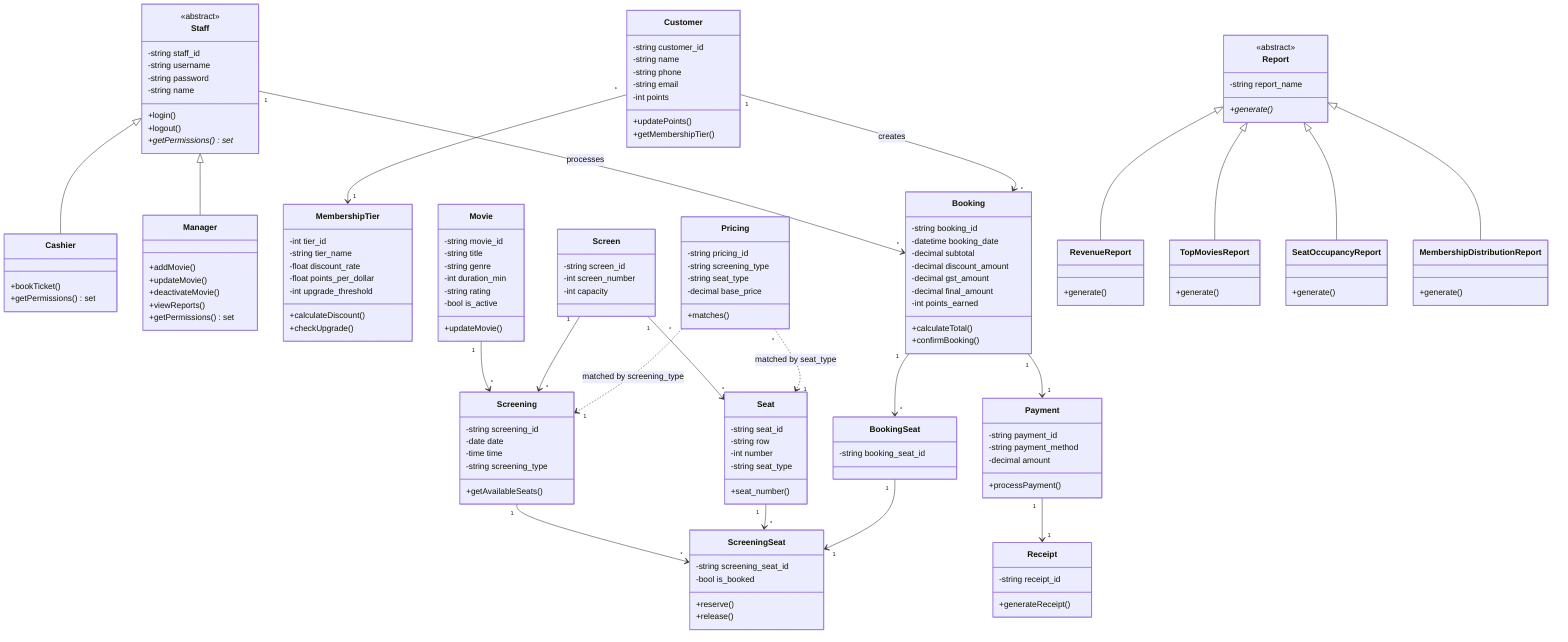
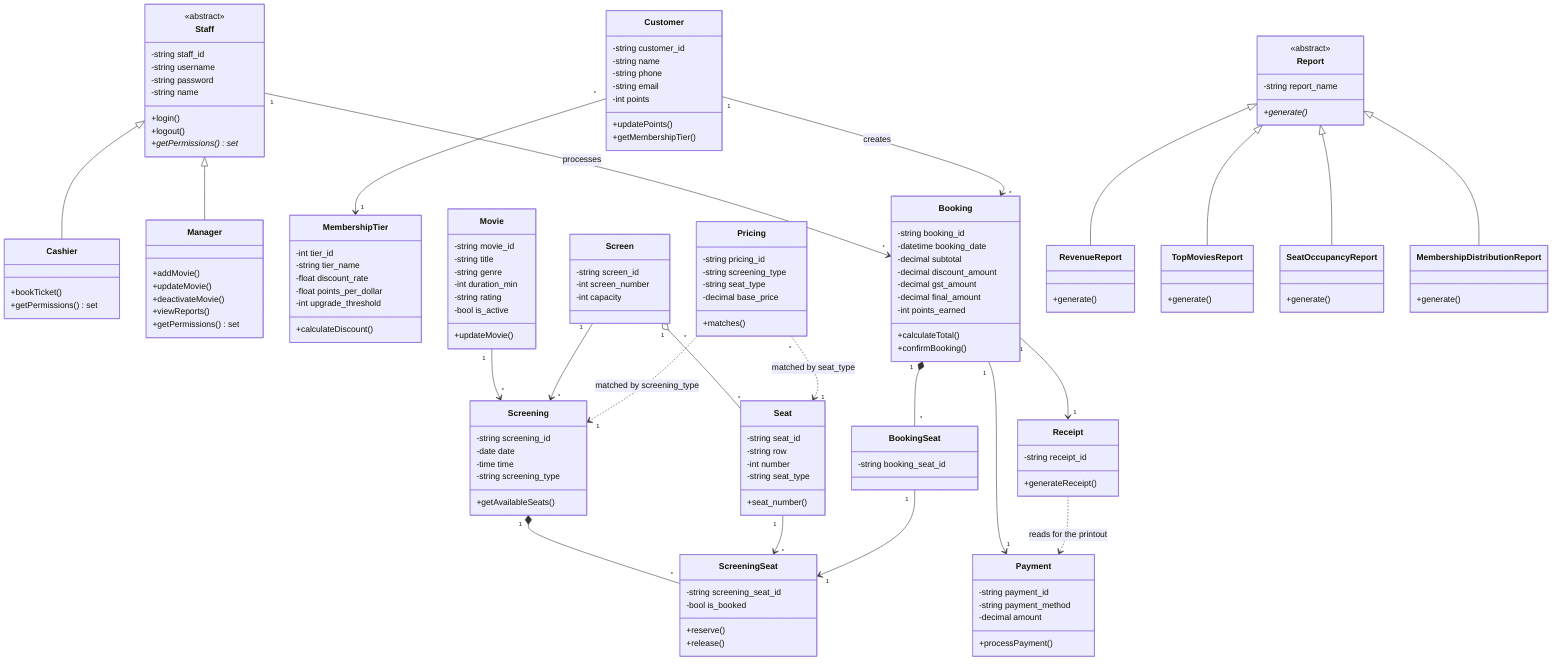
classDiagram

    class Staff {
        <<abstract>>
        -string staff_id
        -string username
        -string password
        -string name
        +login()
        +logout()
        +getPermissions()* set
    }
    class Cashier {
        +bookTicket()
        +getPermissions() set
    }
    class Manager {
        +addMovie()
        +updateMovie()
        +deactivateMovie()
        +viewReports()
        +getPermissions() set
    }
    Staff <|-- Cashier
    Staff <|-- Manager

    class Customer {
        -string customer_id
        -string name
        -string phone
        -string email
        -int points
        +updatePoints()
        +getMembershipTier()
    }
    class MembershipTier {
        -int tier_id
        -string tier_name
        -float discount_rate
        -float points_per_dollar
        -int upgrade_threshold
        +calculateDiscount()
-         +checkUpgrade()
    }
    Customer "*" --> "1" MembershipTier

    class Movie {
        -string movie_id
        -string title
        -string genre
        -int duration_min
        -string rating
        -bool is_active
        +updateMovie()
    }
    class Screen {
        -string screen_id
        -int screen_number
        -int capacity
    }
    class Screening {
        -string screening_id
        -date date
        -time time
        -string screening_type
        +getAvailableSeats()
    }
    class Seat {
        -string seat_id
        -string row
        -int number
        -string seat_type
        +seat_number()
    }
    class ScreeningSeat {
        -string screening_seat_id
        -bool is_booked
        +reserve()
        +release()
    }
    class Pricing {
        -string pricing_id
        -string screening_type
        -string seat_type
        -decimal base_price
        +matches()
    }
    Movie "1" --> "*" Screening
    Screen "1" --> "*" Screening
-     Screen "1" --> "*" Seat
-     Screening "1" --> "*" ScreeningSeat
+     Screen "1" o-- "*" Seat
+     Screening "1" *-- "*" ScreeningSeat
    Seat "1" --> "*" ScreeningSeat
    Pricing "*" ..> "1" Screening : matched by screening_type
    Pricing "*" ..> "1" Seat : matched by seat_type

    class Booking {
        -string booking_id
        -datetime booking_date
        -decimal subtotal
        -decimal discount_amount
        -decimal gst_amount
        -decimal final_amount
        -int points_earned
        +calculateTotal()
        +confirmBooking()
    }
    class BookingSeat {
        -string booking_seat_id
    }
    class Payment {
        -string payment_id
        -string payment_method
        -decimal amount
        +processPayment()
    }
    class Receipt {
        -string receipt_id
        +generateReceipt()
    }
    Staff "1" --> "*" Booking : processes
    Customer "1" --> "*" Booking : creates
-     Booking "1" --> "*" BookingSeat
+     Booking "1" *-- "*" BookingSeat
    BookingSeat "1" --> "1" ScreeningSeat
    Booking "1" --> "1" Payment
-     Payment "1" --> "1" Receipt
+     Booking "1" --> "1" Receipt
+     Receipt ..> Payment : reads for the printout

    class Report {
        <<abstract>>
        -string report_name
        +generate()*
    }
    class RevenueReport {
        +generate()
    }
    class TopMoviesReport {
        +generate()
    }
    class SeatOccupancyReport {
        +generate()
    }
    class MembershipDistributionReport {
        +generate()
    }
    Report <|-- RevenueReport
    Report <|-- TopMoviesReport
    Report <|-- SeatOccupancyReport
    Report <|-- MembershipDistributionReport
